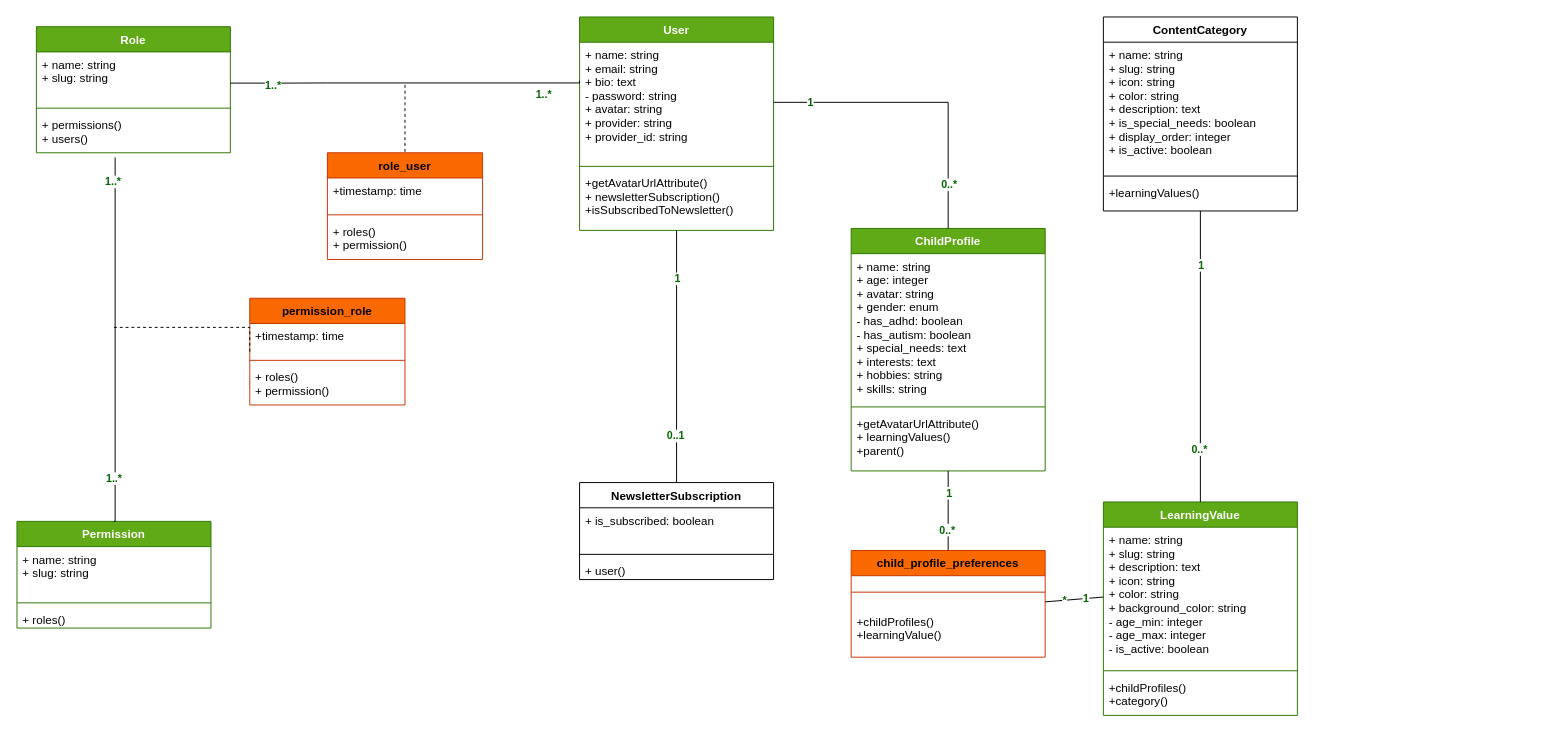
Before: page "Class Diagram" (1 of 2) of UML/class.drawio in ettaoussiilyas/KidsGuard, a draw.io diagram. Source tidied: cells renumbered, new cells numbered last; positions are measured from the earlier drawing's top-left corner, leaving out a move shared by most shapes. Both pictures are drawn from the tidied source at 97%, with x=0, y=0 at pixel (16, 16).
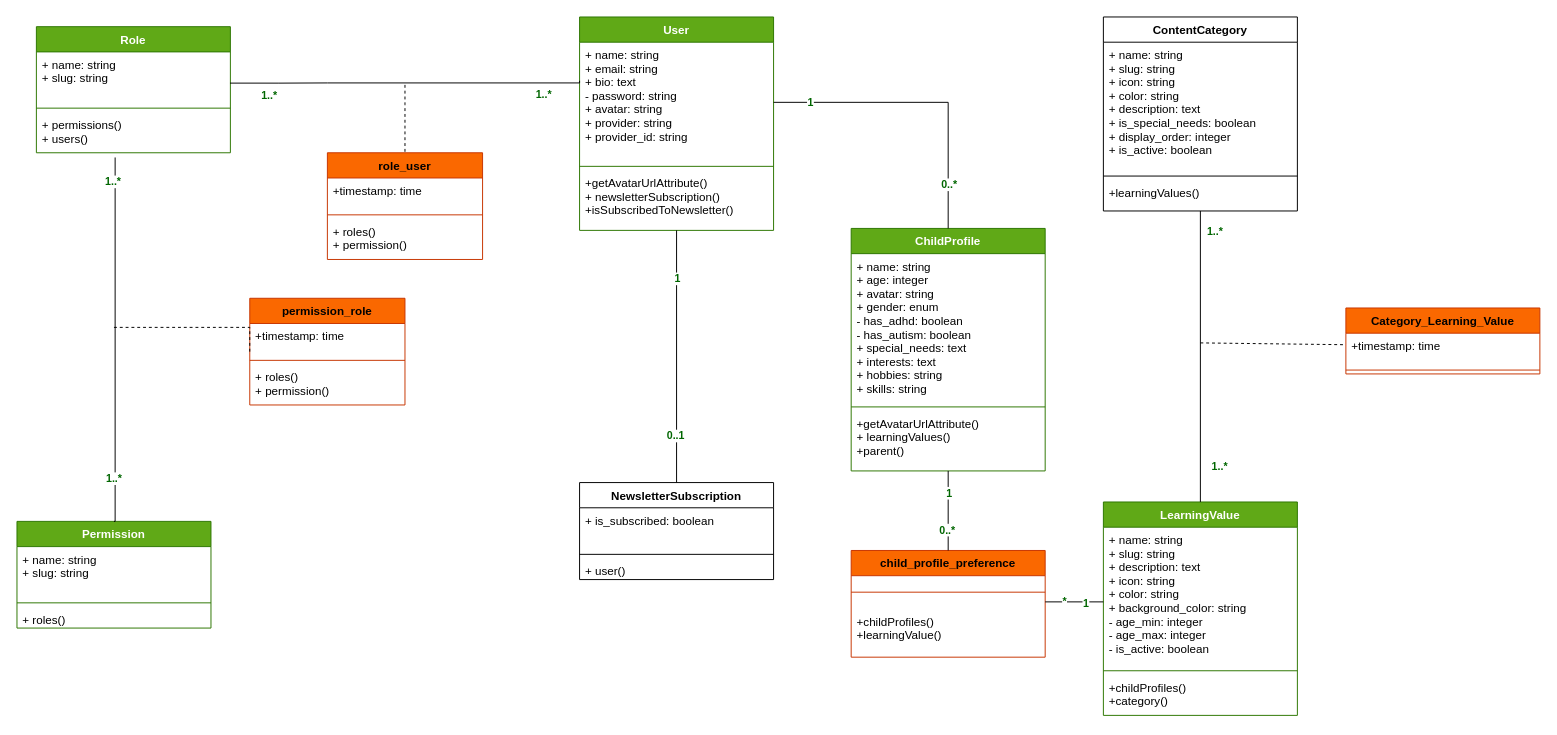
Above is the later version.

Unchanged cells that the change refers to:
```xml
<mxCell id="23" value="+ name: string&#10;+ slug: string&#10;+ description: text&#10;+ icon: string&#10;+ color: string&#10;+ background_color: string&#10;- age_min: integer&#10;- age_max: integer&#10;- is_active: boolean" style="text;strokeColor=none;fillColor=none;align=left;verticalAlign=top;spacingLeft=4;spacingRight=4;overflow=hidden;points=[[0,0.5],[1,0.5]];portConstraint=eastwest;" parent="22" vertex="1">
  <mxGeometry y="26" width="200" height="144" as="geometry" />
</mxCell>
<mxCell id="41" style="endArrow=none;html=1;rounded=0;exitX=0.998;exitY=0.596;exitDx=0;exitDy=0;entryX=0;entryY=0.5;entryDx=0;entryDy=0;edgeStyle=orthogonalEdgeStyle;exitPerimeter=0;" parent="1" edge="1" source="7">
  <mxGeometry relative="1" as="geometry">
    <mxPoint x="320" y="68" as="targetPoint" />
  </mxGeometry>
</mxCell>
<mxCell id="50" style="endArrow=none;html=1;rounded=0;exitX=0.5;exitY=1;exitDx=0;exitDy=0;entryX=0.5;entryY=0;entryDx=0;entryDy=0;" parent="1" edge="1" source="18" target="22">
  <mxGeometry relative="1" as="geometry" />
</mxCell>
```

Change to the diagram source:
```diff
@@
-    <mxCell id="38" value="child_profile_preferences" style="swimlane;fontStyle=1;align=center;verticalAlign=top;horizontal=1;startSize=26;fillColor=#fa6800;fontColor=#000000;strokeColor=#C73500;" parent="1" vertex="1">
+    <mxCell id="38" value="child_profile_preference" style="swimlane;fontStyle=1;align=center;verticalAlign=top;horizontal=1;startSize=26;fillColor=#fa6800;fontColor=#000000;strokeColor=#C73500;" parent="1" vertex="1">
       <mxGeometry x="860" y="550" width="200" height="110" as="geometry" />
     </mxCell>
@@
     <mxCell id="42" value="1..*" style="edgeLabel;html=1;align=center;verticalAlign=middle;fontColor=#006600;fontStyle=1;" parent="41" vertex="1">
       <mxGeometry x="-0.7" y="1" relative="1" as="geometry">
-        <mxPoint x="29" y="3" as="offset" />
+        <mxPoint x="25" y="13" as="offset" />
       </mxGeometry>
     </mxCell>
@@
-    <mxCell id="51" value="1" style="edgeLabel;html=1;align=center;verticalAlign=middle;fontColor=#006600;fontStyle=1;" parent="50" vertex="1">
-      <mxGeometry x="-0.7" y="1" relative="1" as="geometry">
-        <mxPoint x="-1" y="10" as="offset" />
-      </mxGeometry>
-    </mxCell>
-    <mxCell id="52" value="0..*" style="edgeLabel;html=1;align=center;verticalAlign=middle;fontColor=#006600;fontStyle=1;" parent="50" vertex="1">
-      <mxGeometry x="0.7" y="-1" relative="1" as="geometry">
-        <mxPoint x="-1" y="-10" as="offset" />
-      </mxGeometry>
-    </mxCell>
@@
-    <mxCell id="56" style="endArrow=none;html=1;rounded=0;exitX=0;exitY=0.5;exitDx=0;exitDy=0;entryX=1;entryY=0.5;entryDx=0;entryDy=0;" parent="1" edge="1" source="23">
+    <mxCell id="56" style="endArrow=none;html=1;rounded=0;entryX=1;entryY=0.5;entryDx=0;entryDy=0;" parent="1" edge="1">
       <mxGeometry relative="1" as="geometry">
+        <mxPoint x="1120" y="603" as="sourcePoint" />
         <mxPoint x="1060" y="603" as="targetPoint" />
       </mxGeometry>
     </mxCell>
@@
+    <mxCell id="65" value="Category_Learning_Value" style="swimlane;fontStyle=1;align=center;verticalAlign=top;horizontal=1;startSize=26;fillColor=#fa6800;fontColor=#000000;strokeColor=#C73500;" parent="1" vertex="1">
+      <mxGeometry x="1370" y="300" width="200" height="68" as="geometry" />
+    </mxCell>
+    <mxCell id="66" value="+timestamp: time" style="text;strokeColor=none;fillColor=none;align=left;verticalAlign=top;spacingLeft=4;spacingRight=4;overflow=hidden;points=[[0,0.5],[1,0.5]];portConstraint=eastwest;" parent="65" vertex="1">
+      <mxGeometry y="26" width="200" height="34" as="geometry" />
+    </mxCell>
+    <mxCell id="67" style="line;strokeWidth=1;fillColor=none;align=left;verticalAlign=middle;spacingTop=-1;spacingLeft=3;spacingRight=3;labelPosition=right;strokeColor=inherit;" parent="65" vertex="1">
+      <mxGeometry y="60" width="200" height="8" as="geometry" />
+    </mxCell>
+    <mxCell id="68" style="endArrow=none;html=1;rounded=0;entryX=-0.008;entryY=0.349;entryDx=0;entryDy=0;dashed=1;entryPerimeter=0;" parent="1" edge="1" target="66">
+      <mxGeometry relative="1" as="geometry">
+        <mxPoint x="1220" y="336" as="sourcePoint" />
+      </mxGeometry>
+    </mxCell>
+    <mxCell id="69" value="1..*" style="edgeLabel;html=1;align=center;verticalAlign=middle;fontColor=#006600;fontStyle=1;" parent="1" vertex="1">
+      <mxGeometry x="380" as="geometry">
+        <mxPoint x="854" y="220" as="offset" />
+      </mxGeometry>
+    </mxCell>
+    <mxCell id="70" value="&lt;span style=&quot;color: rgb(0, 102, 0); font-family: Helvetica; font-size: 11px; font-style: normal; font-variant-ligatures: normal; font-variant-caps: normal; font-weight: 700; letter-spacing: normal; orphans: 2; text-align: center; text-indent: 0px; text-transform: none; widows: 2; word-spacing: 0px; -webkit-text-stroke-width: 0px; background-color: rgb(255, 255, 255); text-decoration-thickness: initial; text-decoration-style: initial; text-decoration-color: initial; float: none; display: inline !important;&quot;&gt;1..*&lt;/span&gt;" style="text;whiteSpace=wrap;html=1;" parent="1" vertex="1">
+      <mxGeometry x="1230" y="450" width="50" height="40" as="geometry" />
+    </mxCell>
```
